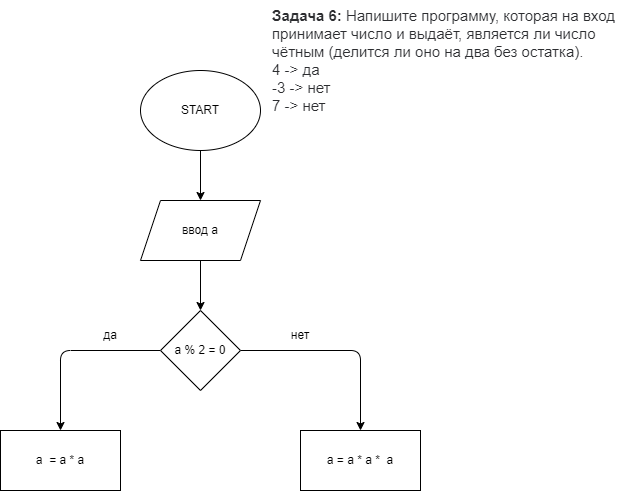
Above: Home_work1/Home_work1.2/PlanDiagram2.drawio.png in NordOST85/Lessons (draw.io), before the change. Source tidied: cells renumbered, new cells last; positions are measured from the earlier drawing's top-left corner, leaving out a move shared by most shapes. Its diagram source:
```xml
<mxGraphModel>
  <root>
    <mxCell id="0" />
    <mxCell id="1" parent="0" />
    <mxCell id="2" style="edgeStyle=none;html=1;exitX=0.5;exitY=1;exitDx=0;exitDy=0;entryX=0.5;entryY=0;entryDx=0;entryDy=0;" parent="1" edge="1" source="3" target="6">
      <mxGeometry relative="1" as="geometry" />
    </mxCell>
    <mxCell id="3" value="START" style="ellipse;whiteSpace=wrap;html=1;" parent="1" vertex="1">
      <mxGeometry x="140" y="70" width="120" height="80" as="geometry" />
    </mxCell>
    <mxCell id="4" value="&lt;p style=&quot;box-sizing: border-box; margin: 0px; font-weight: 400; color: rgb(44, 45, 48); font-family: roboto, &amp;quot;san francisco&amp;quot;, &amp;quot;helvetica neue&amp;quot;, helvetica, arial; font-size: 15px; font-style: normal; letter-spacing: normal; text-indent: 0px; text-transform: none; word-spacing: 0px; background-color: rgb(255, 255, 255);&quot;&gt;&lt;strong style=&quot;box-sizing: border-box ; font-weight: 700&quot;&gt;Задача 6:&lt;/strong&gt;&lt;span&gt;&amp;nbsp;&lt;/span&gt;Напишите программу, которая на вход принимает число и выдаёт, является ли число чётным (делится ли оно на два без остатка).&lt;/p&gt;&lt;p style=&quot;box-sizing: border-box; margin: 0px; font-weight: 400; color: rgb(44, 45, 48); font-family: roboto, &amp;quot;san francisco&amp;quot;, &amp;quot;helvetica neue&amp;quot;, helvetica, arial; font-size: 15px; font-style: normal; letter-spacing: normal; text-indent: 0px; text-transform: none; word-spacing: 0px; background-color: rgb(255, 255, 255);&quot;&gt;4 -&amp;gt; да&lt;br style=&quot;box-sizing: border-box&quot;&gt;-3 -&amp;gt; нет&lt;br style=&quot;box-sizing: border-box&quot;&gt;7 -&amp;gt; нет&lt;/p&gt;" style="text;whiteSpace=wrap;html=1;" parent="1" vertex="1">
      <mxGeometry x="270" width="357" height="90" as="geometry" />
    </mxCell>
    <mxCell id="5" style="edgeStyle=none;html=1;exitX=0.5;exitY=1;exitDx=0;exitDy=0;entryX=0.5;entryY=0;entryDx=0;entryDy=0;" parent="1" edge="1" source="6" target="9">
      <mxGeometry relative="1" as="geometry" />
    </mxCell>
    <mxCell id="6" value="ввод a" style="shape=parallelogram;perimeter=parallelogramPerimeter;whiteSpace=wrap;html=1;fixedSize=1;" parent="1" vertex="1">
      <mxGeometry x="140" y="200" width="120" height="60" as="geometry" />
    </mxCell>
    <mxCell id="7" style="edgeStyle=none;html=1;exitX=0;exitY=0.5;exitDx=0;exitDy=0;entryX=0.5;entryY=0;entryDx=0;entryDy=0;" parent="1" edge="1" source="9" target="10">
      <mxGeometry relative="1" as="geometry">
        <Array as="points">
          <mxPoint x="60" y="350" />
        </Array>
      </mxGeometry>
    </mxCell>
    <mxCell id="8" style="edgeStyle=none;html=1;exitX=1;exitY=0.5;exitDx=0;exitDy=0;entryX=0.5;entryY=0;entryDx=0;entryDy=0;" parent="1" edge="1" source="9" target="11">
      <mxGeometry relative="1" as="geometry">
        <Array as="points">
          <mxPoint x="360" y="350" />
        </Array>
      </mxGeometry>
    </mxCell>
    <mxCell id="9" value="a % 2 = 0" style="rhombus;whiteSpace=wrap;html=1;" parent="1" vertex="1">
      <mxGeometry x="160" y="310" width="80" height="80" as="geometry" />
    </mxCell>
    <mxCell id="10" value="a&amp;nbsp; = a * a" style="rounded=0;whiteSpace=wrap;html=1;" parent="1" vertex="1">
      <mxGeometry y="430" width="120" height="60" as="geometry" />
    </mxCell>
    <mxCell id="11" value="a = a * a *&amp;nbsp; a" style="rounded=0;whiteSpace=wrap;html=1;" parent="1" vertex="1">
      <mxGeometry x="300" y="430" width="120" height="60" as="geometry" />
    </mxCell>
    <mxCell id="12" value="да" style="text;html=1;strokeColor=none;fillColor=none;align=center;verticalAlign=middle;whiteSpace=wrap;rounded=0;" parent="1" vertex="1">
      <mxGeometry x="80" y="320" width="60" height="30" as="geometry" />
    </mxCell>
    <mxCell id="13" value="нет" style="text;html=1;strokeColor=none;fillColor=none;align=center;verticalAlign=middle;whiteSpace=wrap;rounded=0;" parent="1" vertex="1">
      <mxGeometry x="270" y="320" width="60" height="30" as="geometry" />
    </mxCell>
  </root>
</mxGraphModel>
```
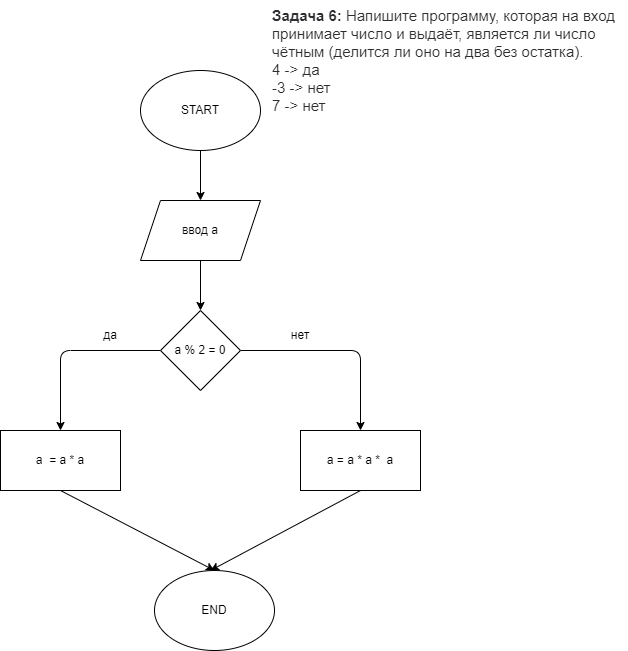
Above is the later version.

What changed in the source:
```diff
@@ -34,9 +34,17 @@
     <mxCell id="9" value="a % 2 = 0" style="rhombus;whiteSpace=wrap;html=1;" parent="1" vertex="1">
       <mxGeometry x="160" y="310" width="80" height="80" as="geometry" />
     </mxCell>
+    <mxCell id="14" style="edgeStyle=none;html=1;exitX=0.5;exitY=1;exitDx=0;exitDy=0;entryX=0.5;entryY=0;entryDx=0;entryDy=0;" parent="1" edge="1" source="10" target="16">
+      <mxGeometry relative="1" as="geometry" />
+    </mxCell>
     <mxCell id="10" value="a&amp;nbsp; = a * a" style="rounded=0;whiteSpace=wrap;html=1;" parent="1" vertex="1">
       <mxGeometry y="430" width="120" height="60" as="geometry" />
     </mxCell>
+    <mxCell id="15" style="edgeStyle=none;html=1;exitX=0.5;exitY=1;exitDx=0;exitDy=0;" parent="1" edge="1" source="11">
+      <mxGeometry relative="1" as="geometry">
+        <mxPoint x="210" y="570" as="targetPoint" />
+      </mxGeometry>
+    </mxCell>
     <mxCell id="11" value="a = a * a *&amp;nbsp; a" style="rounded=0;whiteSpace=wrap;html=1;" parent="1" vertex="1">
       <mxGeometry x="300" y="430" width="120" height="60" as="geometry" />
     </mxCell>
@@ -46,5 +54,8 @@
     <mxCell id="13" value="нет" style="text;html=1;strokeColor=none;fillColor=none;align=center;verticalAlign=middle;whiteSpace=wrap;rounded=0;" parent="1" vertex="1">
       <mxGeometry x="270" y="320" width="60" height="30" as="geometry" />
     </mxCell>
+    <mxCell id="16" value="END" style="ellipse;whiteSpace=wrap;html=1;" parent="1" vertex="1">
+      <mxGeometry x="154" y="570" width="120" height="80" as="geometry" />
+    </mxCell>
   </root>
 </mxGraphModel>
```
